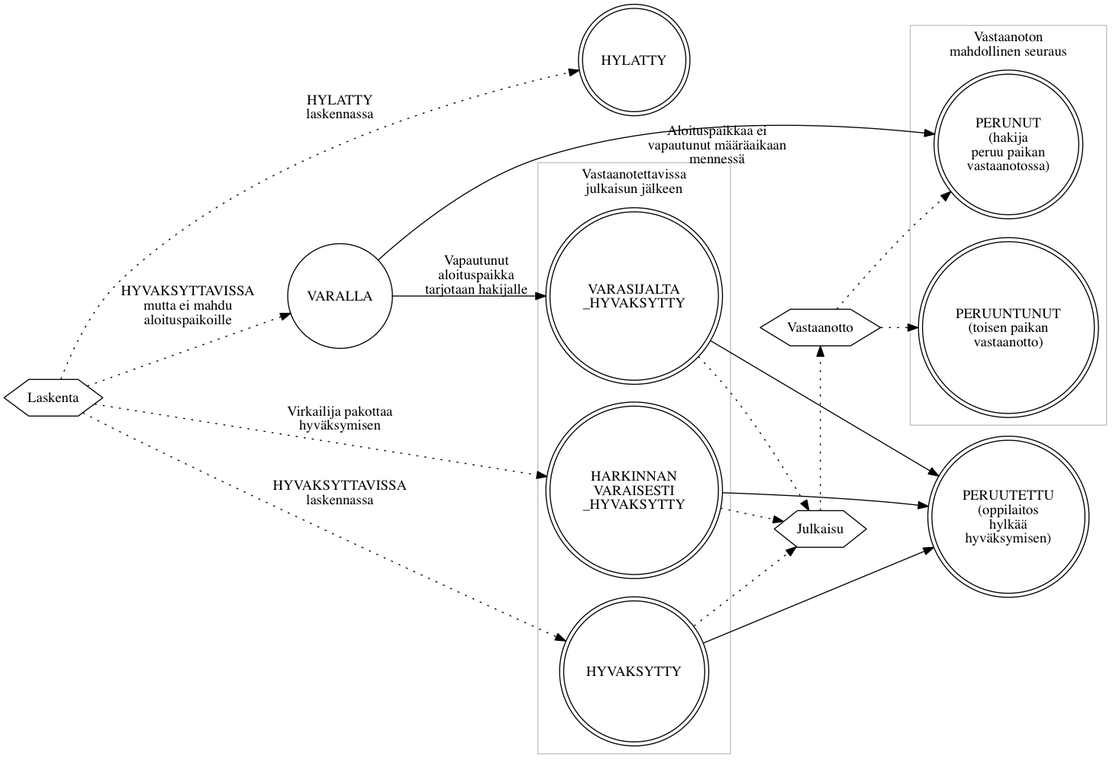
Opetushallitus/dokumentaatio keeps this Graphviz diagram as img/sijoittelun_tilat.png. Above is the earlier version. Its source is kept beside it as dot/sijoittelun_tilat.dot.
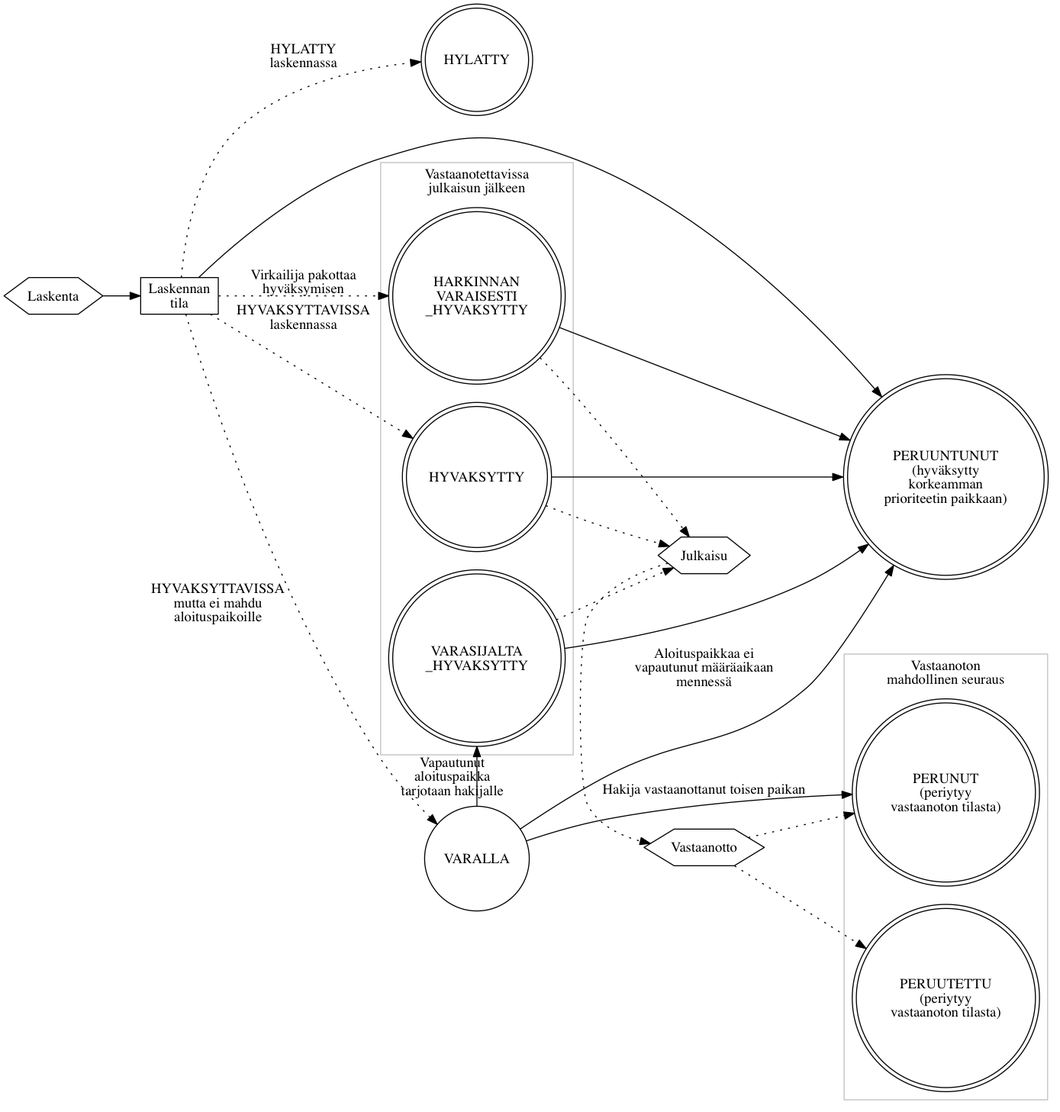
After the change.

Diff of the diagram source:
```diff
@@ -2,23 +2,23 @@
   rankdir=LR;
   node [shape=doublecircle];
 
-  Laskenta -> HYLATTY [label="HYLATTY\nlaskennassa" style=dotted];
-  Laskenta -> HYVAKSYTTY [label="HYVAKSYTTAVISSA\nlaskennassa" style=dotted];
-  Laskenta -> VARALLA [label="HYVAKSYTTAVISSA\nmutta ei mahdu\naloituspaikoille" style=dotted];
+  LaskennanTila -> HYLATTY [label="HYLATTY\nlaskennassa" style=dotted];
+  LaskennanTila -> HYVAKSYTTY [label="HYVAKSYTTAVISSA\nlaskennassa" style=dotted];
+  LaskennanTila -> VARALLA [xlabel="HYVAKSYTTAVISSA\nmutta ei mahdu\naloituspaikoille" style=dotted];
   VARALLA -> VARASIJALTA_HYVAKSYTTY [label="Vapautunut\naloituspaikka\ntarjotaan hakijalle"];
-  VARALLA -> PERUNUT [xlabel="Aloituspaikkaa ei\nvapautunut määräaikaan\nmennessä"];
-  PERUUNTUNUT [label="PERUUNTUNUT\n(toisen paikan\nvastaanotto)"];
-  PERUNUT [label="PERUNUT\n(hakija\nperuu paikan\nvastaanotossa)"];
+  VARALLA -> PERUUNTUNUT [label="Aloituspaikkaa ei\nvapautunut määräaikaan\nmennessä"];
+  LaskennanTila, HYVAKSYTTY, HARKINNANVARAISESTI_HYVAKSYTTY, VARASIJALTA_HYVAKSYTTY -> PERUUNTUNUT;
+  VARALLA -> PERUNUT [label="Hakija vastaanottanut toisen paikan"];
+  PERUUNTUNUT [label="PERUUNTUNUT\n(hyväksytty\nkorkeamman\nprioriteetin paikkaan)"];
+  PERUNUT [label="PERUNUT\n(periytyy\nvastaanoton tilasta)"];
 
-  Laskenta -> HARKINNANVARAISESTI_HYVAKSYTTY [label="Virkailija pakottaa\nhyväksymisen" style=dotted];
-
-  HARKINNANVARAISESTI_HYVAKSYTTY, HYVAKSYTTY, VARASIJALTA_HYVAKSYTTY -> PERUUTETTU;
+  LaskennanTila -> HARKINNANVARAISESTI_HYVAKSYTTY [label="Virkailija pakottaa\nhyväksymisen" style=dotted];
 
   subgraph cluster_vastaanotto {
     label="Vastaanoton\nmahdollinen seuraus";
     color=gray;
     rank=same;
-    PERUUNTUNUT, PERUNUT;
+    PERUNUT, PERUUTETTU;
   }
 
   subgraph cluster_hyvaksytty {
@@ -31,11 +31,13 @@
   }
 
   VARALLA [shape=circle];
+  LaskennanTila [shape=box label="Laskennan\ntila"]
   Laskenta, Julkaisu, Vastaanotto [shape=hexagon];
 
+  Laskenta -> LaskennanTila;
   { rank=same; Julkaisu, Vastaanotto }
-  { rank=same; HYLATTY; HYVAKSYTTY; }
-  { rank=same; PERUUTETTU [label="PERUUTETTU\n(oppilaitos\nhylkää\nhyväksymisen)"]; PERUNUT; }
+  { rank=same; HYLATTY; HYVAKSYTTY; VARALLA; }
+  { rank=same; PERUUTETTU [label="PERUUTETTU\n(periytyy\nvastaanoton tilasta)"]; PERUUNTUNUT; }
 
-  HARKINNANVARAISESTI_HYVAKSYTTY, HYVAKSYTTY, VARASIJALTA_HYVAKSYTTY -> Julkaisu -> Vastaanotto -> PERUNUT, PERUUNTUNUT [style=dotted];
+  HARKINNANVARAISESTI_HYVAKSYTTY, HYVAKSYTTY, VARASIJALTA_HYVAKSYTTY -> Julkaisu -> Vastaanotto -> PERUNUT, PERUUTETTU [style=dotted];
 }
```
